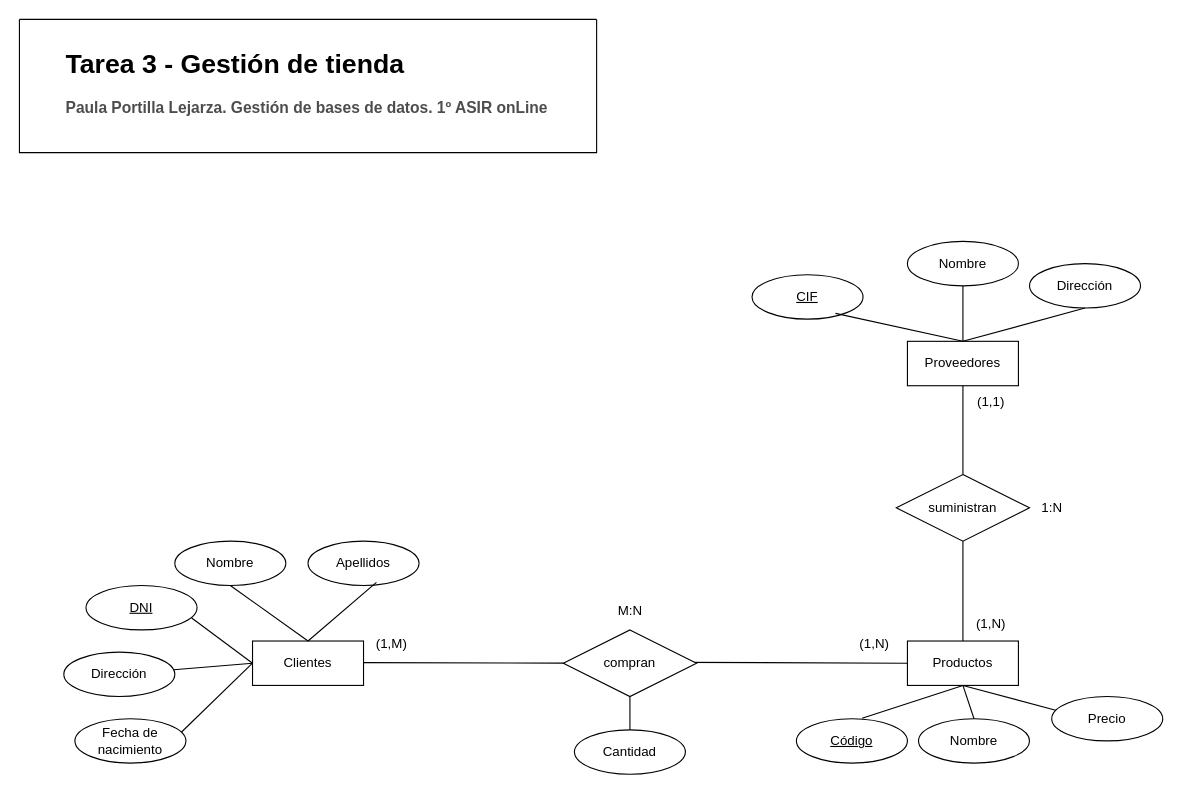
Above: Tarea 02_03 Gestión de tienda.drawio in popnoart/popnoart (draw.io), before the change. Source tidied: cells renumbered, new cells numbered last; positions are measured from the earlier drawing's top-left corner, leaving out a move shared by most shapes. Both pictures are drawn from the tidied source at 111%, with x=0, y=0 at pixel (19, 19).
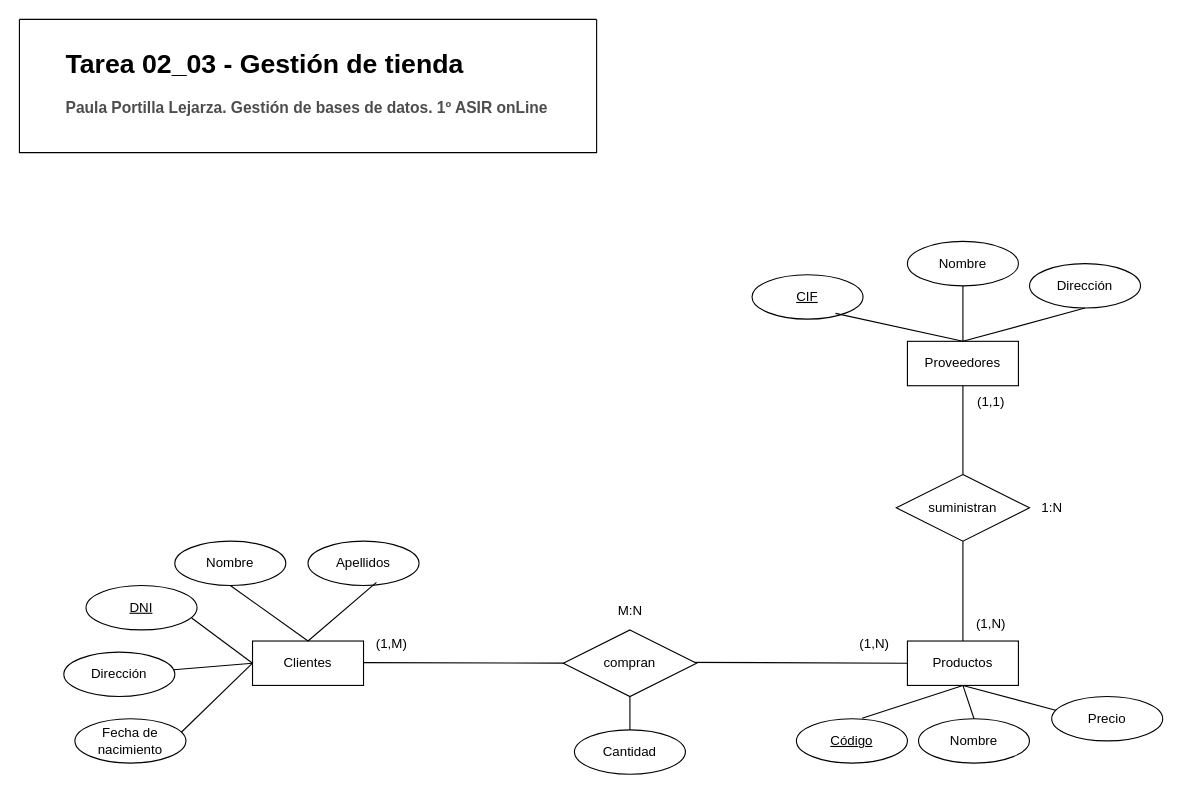
After the change.

The change refers to these unchanged cells:
```xml
<mxCell id="4" style="swimlane;startSize=0;" parent="1" vertex="1">
  <mxGeometry width="520" height="120" as="geometry" />
</mxCell>
```

Diff of the diagram source:
```diff
@@
-    <mxCell id="5" value="&lt;h1 style=&quot;margin-top: 0px;&quot;&gt;Tarea 3 - Gestión de tienda&lt;/h1&gt;&lt;h3&gt;&lt;font color=&quot;#4d4d4d&quot;&gt;Paula Portilla Lejarza.&amp;nbsp;&lt;/font&gt;&lt;span style=&quot;background-color: initial; font-size: 14.04px;&quot;&gt;&lt;font color=&quot;#4d4d4d&quot;&gt;Gestión de bases de datos. 1º ASIR onLine&lt;/font&gt;&lt;/span&gt;&lt;/h3&gt;" style="text;html=1;whiteSpace=wrap;overflow=hidden;rounded=0;" parent="4" vertex="1">
+    <mxCell id="5" value="&lt;h1 style=&quot;margin-top: 0px;&quot;&gt;Tarea 02_03 - Gestión de tienda&lt;/h1&gt;&lt;h3&gt;&lt;font color=&quot;#4d4d4d&quot;&gt;Paula Portilla Lejarza.&amp;nbsp;&lt;/font&gt;&lt;span style=&quot;background-color: initial; font-size: 14.04px;&quot;&gt;&lt;font color=&quot;#4d4d4d&quot;&gt;Gestión de bases de datos. 1º ASIR onLine&lt;/font&gt;&lt;/span&gt;&lt;/h3&gt;" style="text;html=1;whiteSpace=wrap;overflow=hidden;rounded=0;" parent="4" vertex="1">
       <mxGeometry x="40" y="20" width="860" height="120" as="geometry" />
     </mxCell>
```
